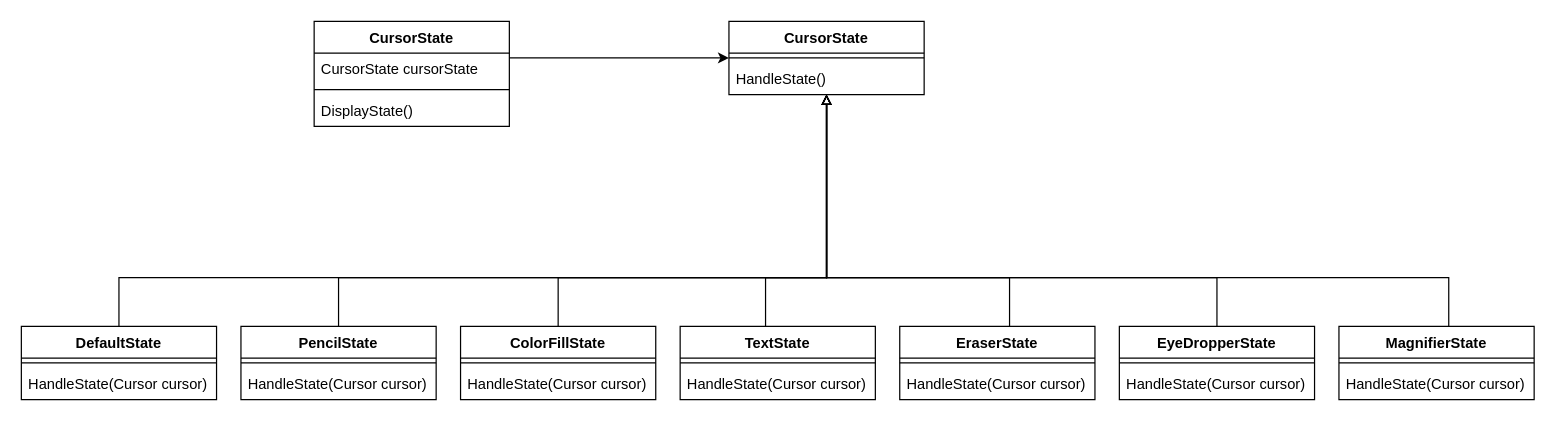
Earlier version of the draw.io diagram StateAppCode/StateApp.drawio (ahmedkhursheed2006/SDA-Labs). Source tidied: cells renumbered, new cells numbered last; positions are measured from the earlier drawing's top-left corner, leaving out a move shared by most shapes. Both pictures are drawn from the tidied source at 122%, with x=0, y=0 at pixel (21, 21).
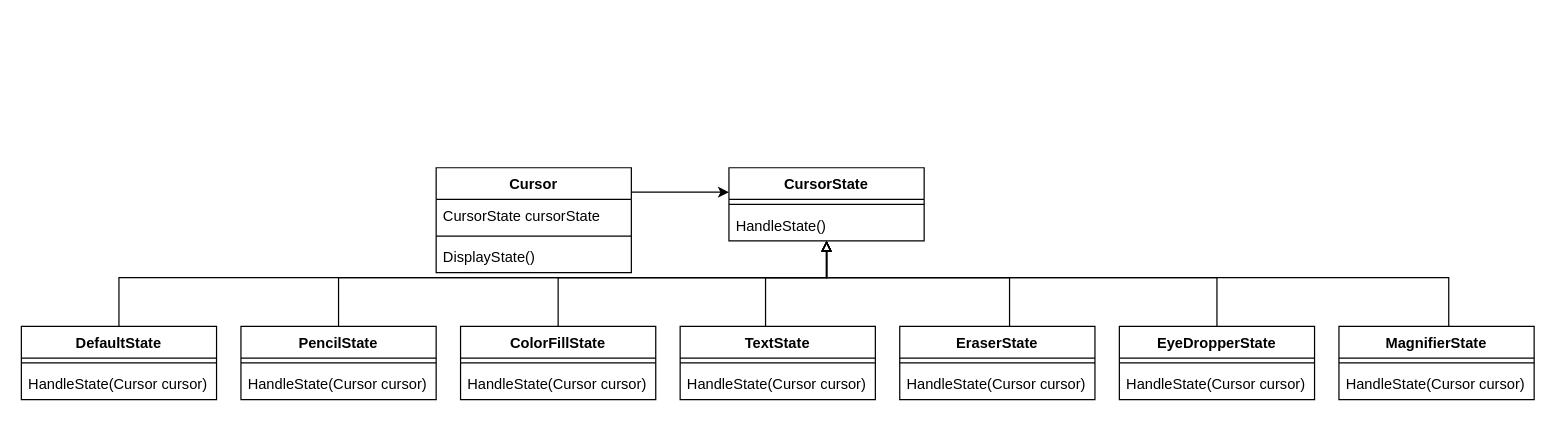
The same page after the edit.

Commit message (it also covers changes not shown here):
StateApp Class Diagram added

The edit, as a diff of the source:
```diff
@@
     <mxCell id="2" value="CursorState" style="swimlane;fontStyle=1;align=center;verticalAlign=top;horizontal=1;startSize=26;whiteSpace=wrap;html=1;" parent="1" vertex="1">
-      <mxGeometry x="580" width="160" height="60" as="geometry" />
+      <mxGeometry x="580" y="120" width="160" height="60" as="geometry" />
     </mxCell>
@@
-    <mxCell id="33" value="CursorState" style="swimlane;fontStyle=1;align=center;verticalAlign=top;horizontal=1;startSize=26;whiteSpace=wrap;html=1;" parent="1" vertex="1">
-      <mxGeometry x="240" width="160" height="86" as="geometry" />
-    </mxCell>
+    <mxCell id="38" style="edgeStyle=orthogonalEdgeStyle;rounded=0;jettySize=auto;html=1;" parent="1" edge="1" source="39" target="2">
+      <mxGeometry relative="1" as="geometry">
+        <Array as="points">
+          <mxPoint x="540" y="140" />
+          <mxPoint x="540" y="140" />
+        </Array>
+      </mxGeometry>
+    </mxCell>
+    <mxCell id="39" value="Cursor" style="swimlane;fontStyle=1;align=center;verticalAlign=top;horizontal=1;startSize=26;whiteSpace=wrap;html=1;" parent="1" vertex="1">
+      <mxGeometry x="340" y="120" width="160" height="86" as="geometry" />
+    </mxCell>
-    <mxCell id="34" value="CursorState cursorState" style="text;strokeColor=none;fillColor=none;align=left;verticalAlign=top;spacingLeft=4;spacingRight=4;overflow=hidden;whiteSpace=wrap;html=1;" parent="33" vertex="1">
+    <mxCell id="34" value="CursorState cursorState" style="text;strokeColor=none;fillColor=none;align=left;verticalAlign=top;spacingLeft=4;spacingRight=4;overflow=hidden;whiteSpace=wrap;html=1;" parent="39" vertex="1">
       <mxGeometry y="26" width="160" height="26" as="geometry" />
     </mxCell>
-    <mxCell id="35" style="line;strokeWidth=1;fillColor=none;align=left;verticalAlign=middle;spacingTop=-1;spacingLeft=3;spacingRight=3;labelPosition=right;strokeColor=inherit;" parent="33" vertex="1">
+    <mxCell id="35" style="line;strokeWidth=1;fillColor=none;align=left;verticalAlign=middle;spacingTop=-1;spacingLeft=3;spacingRight=3;labelPosition=right;strokeColor=inherit;" parent="39" vertex="1">
       <mxGeometry y="52" width="160" height="8" as="geometry" />
     </mxCell>
-    <mxCell id="36" value="DisplayState()" style="text;strokeColor=none;fillColor=none;align=left;verticalAlign=top;spacingLeft=4;spacingRight=4;overflow=hidden;whiteSpace=wrap;html=1;" parent="33" vertex="1">
+    <mxCell id="36" value="DisplayState()" style="text;strokeColor=none;fillColor=none;align=left;verticalAlign=top;spacingLeft=4;spacingRight=4;overflow=hidden;whiteSpace=wrap;html=1;" parent="39" vertex="1">
       <mxGeometry y="60" width="160" height="26" as="geometry" />
     </mxCell>
-    <mxCell id="37" style="edgeStyle=orthogonalEdgeStyle;rounded=0;jettySize=auto;html=1;" parent="1" edge="1" source="33" target="2">
-      <mxGeometry relative="1" as="geometry">
-        <Array as="points">
-          <mxPoint x="490" y="30" />
-          <mxPoint x="490" y="30" />
-        </Array>
-      </mxGeometry>
-    </mxCell>
```
